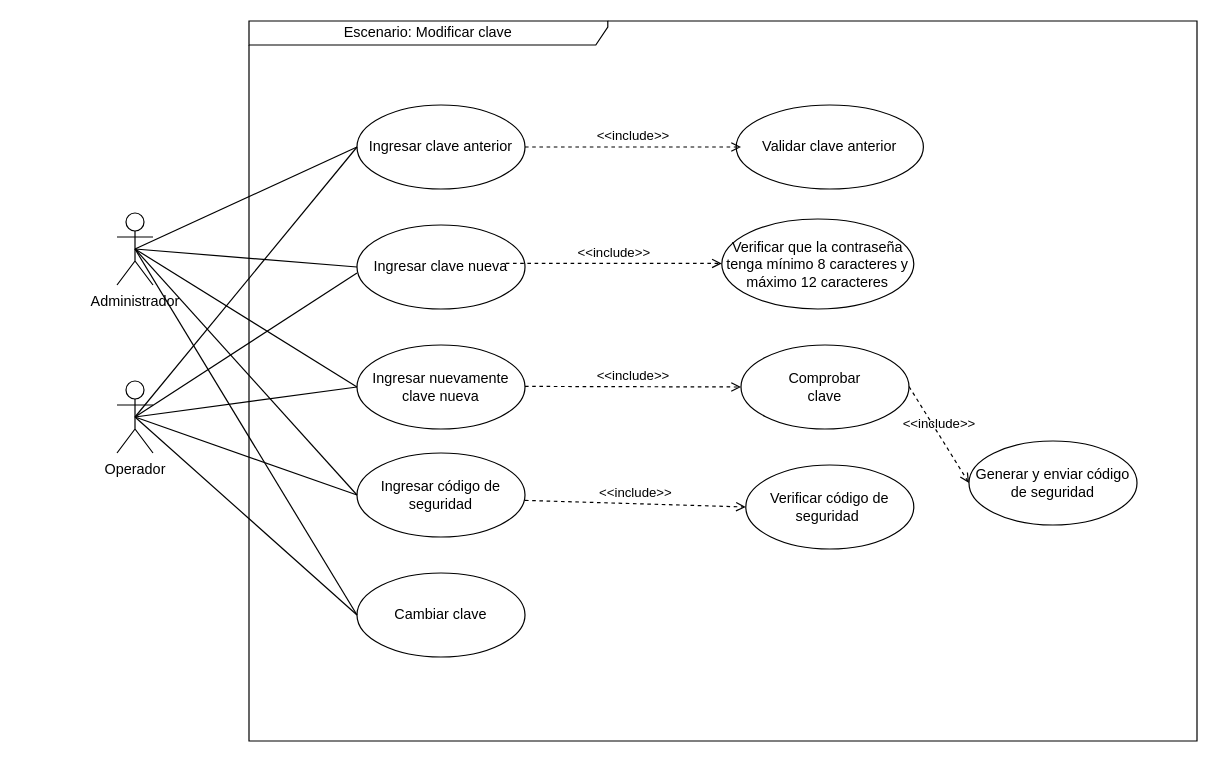
Earlier version of the draw.io diagram page "Modificar Clave" (5 of 16) of documentacion/Untitled Diagram.drawio (nicasop/PROYECTO_INTEGRADOR_P58). Source tidied: cells renumbered, new cells numbered last; positions are measured from the earlier drawing's top-left corner, leaving out a move shared by most shapes. Both pictures are drawn from the tidied source at 120%, with x=0, y=0 at pixel (116, 20).
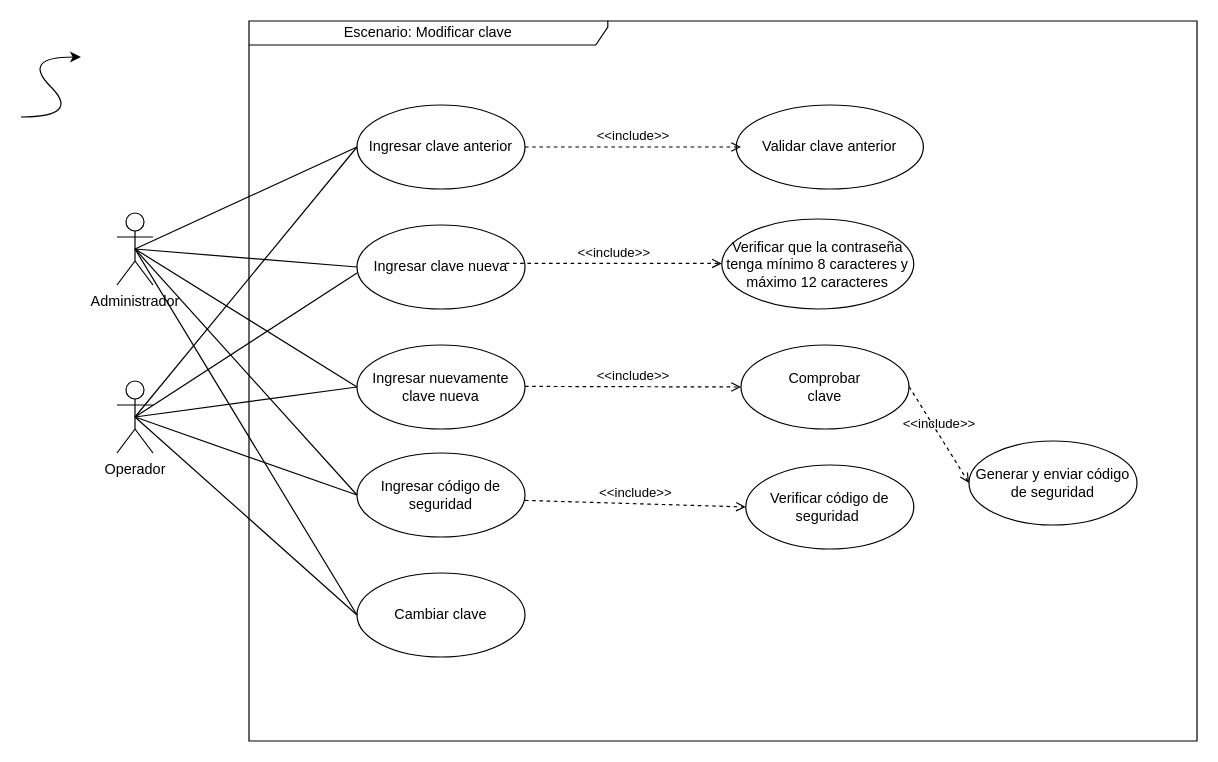
The same page after the edit.

Change to the diagram source:
```diff
@@
+    <mxCell id="30" style="curved=1;endArrow=classic;html=1;" parent="1" edge="1">
+      <mxGeometry relative="1" as="geometry">
+        <mxPoint x="-80" y="80" as="sourcePoint" />
+        <mxPoint x="-30" y="30" as="targetPoint" />
+        <Array as="points">
+          <mxPoint x="-30" y="80" />
+          <mxPoint x="-80" y="30" />
+        </Array>
+      </mxGeometry>
+    </mxCell>
```
